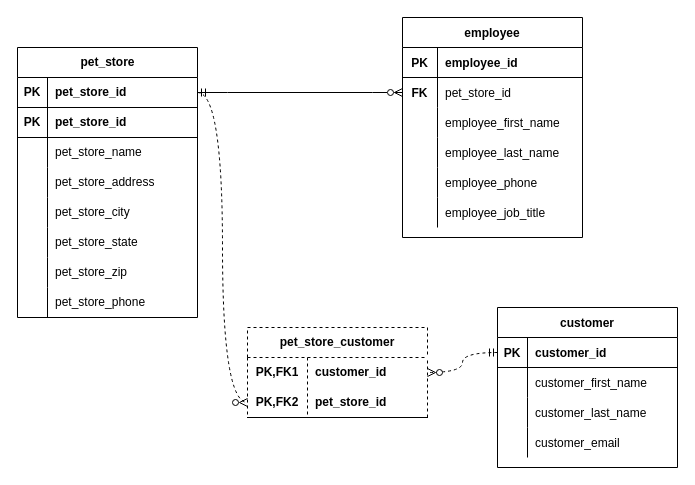
Above: Week13ERD.drawio in erregan/week13Assignment (draw.io), before the change. Source tidied: cells renumbered, new cells numbered last; positions are measured from the earlier drawing's top-left corner, leaving out a move shared by most shapes. Both pictures are drawn from the tidied source at 100%, with x=0, y=0 at pixel (17, 17).
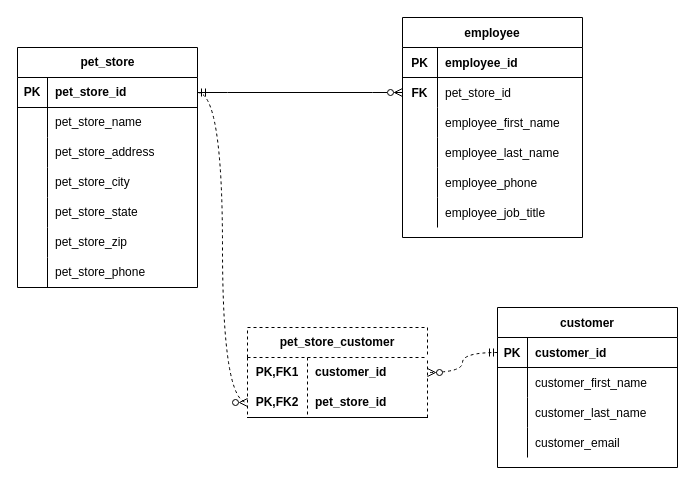
The same page after the edit.

Change to the diagram source:
```diff
@@
     <mxCell id="41" value="pet_store" style="shape=table;startSize=30;childLayout=tableLayout;rowLines=0;fontStyle=1;align=center;html=1;" parent="1" vertex="1">
-      <mxGeometry y="30" width="180" height="270" as="geometry" />
+      <mxGeometry y="30" width="180" height="240" as="geometry" />
     </mxCell>
@@
-    <mxCell id="45" style="shape=tableRow;horizontal=0;startSize=0;swimlaneHead=0;swimlaneBody=0;fillColor=none;top=0;left=0;right=0;bottom=1;" parent="41" vertex="1">
-      <mxGeometry y="60" width="180" height="30" as="geometry" />
-    </mxCell>
-    <mxCell id="46" value="PK" style="shape=partialRectangle;fillColor=none;top=0;left=0;bottom=0;right=0;fontStyle=1;overflow=hidden;whiteSpace=wrap;html=1;" parent="45" vertex="1">
-      <mxGeometry width="30" height="30" as="geometry" />
-    </mxCell>
-    <mxCell id="47" value="pet_store_id" style="shape=partialRectangle;fillColor=none;top=0;left=0;bottom=0;right=0;align=left;spacingLeft=6;fontStyle=1;overflow=hidden;whiteSpace=wrap;html=1;" parent="45" vertex="1">
-      <mxGeometry x="30" width="150" height="30" as="geometry" />
-    </mxCell>
     <mxCell id="48" style="shape=tableRow;horizontal=0;startSize=0;swimlaneHead=0;swimlaneBody=0;fillColor=none;top=0;left=0;right=0;bottom=0;" parent="41" vertex="1">
-      <mxGeometry y="90" width="180" height="30" as="geometry" />
+      <mxGeometry y="60" width="180" height="30" as="geometry" />
     </mxCell>
@@
     <mxCell id="51" style="shape=tableRow;horizontal=0;startSize=0;swimlaneHead=0;swimlaneBody=0;fillColor=none;top=0;left=0;right=0;bottom=0;" parent="41" vertex="1">
-      <mxGeometry y="120" width="180" height="30" as="geometry" />
+      <mxGeometry y="90" width="180" height="30" as="geometry" />
     </mxCell>
@@
     <mxCell id="54" style="shape=tableRow;horizontal=0;startSize=0;swimlaneHead=0;swimlaneBody=0;fillColor=none;top=0;left=0;right=0;bottom=0;" parent="41" vertex="1">
-      <mxGeometry y="150" width="180" height="30" as="geometry" />
+      <mxGeometry y="120" width="180" height="30" as="geometry" />
     </mxCell>
@@
     <mxCell id="57" style="shape=tableRow;horizontal=0;startSize=0;swimlaneHead=0;swimlaneBody=0;fillColor=none;top=0;left=0;right=0;bottom=0;" parent="41" vertex="1">
-      <mxGeometry y="180" width="180" height="30" as="geometry" />
+      <mxGeometry y="150" width="180" height="30" as="geometry" />
     </mxCell>
@@
     <mxCell id="60" style="shape=tableRow;horizontal=0;startSize=0;swimlaneHead=0;swimlaneBody=0;fillColor=none;top=0;left=0;right=0;bottom=0;" parent="41" vertex="1">
-      <mxGeometry y="210" width="180" height="30" as="geometry" />
+      <mxGeometry y="180" width="180" height="30" as="geometry" />
     </mxCell>
@@
     <mxCell id="63" style="shape=tableRow;horizontal=0;startSize=0;swimlaneHead=0;swimlaneBody=0;fillColor=none;top=0;left=0;right=0;bottom=0;" parent="41" vertex="1">
-      <mxGeometry y="240" width="180" height="30" as="geometry" />
+      <mxGeometry y="210" width="180" height="30" as="geometry" />
     </mxCell>
```
